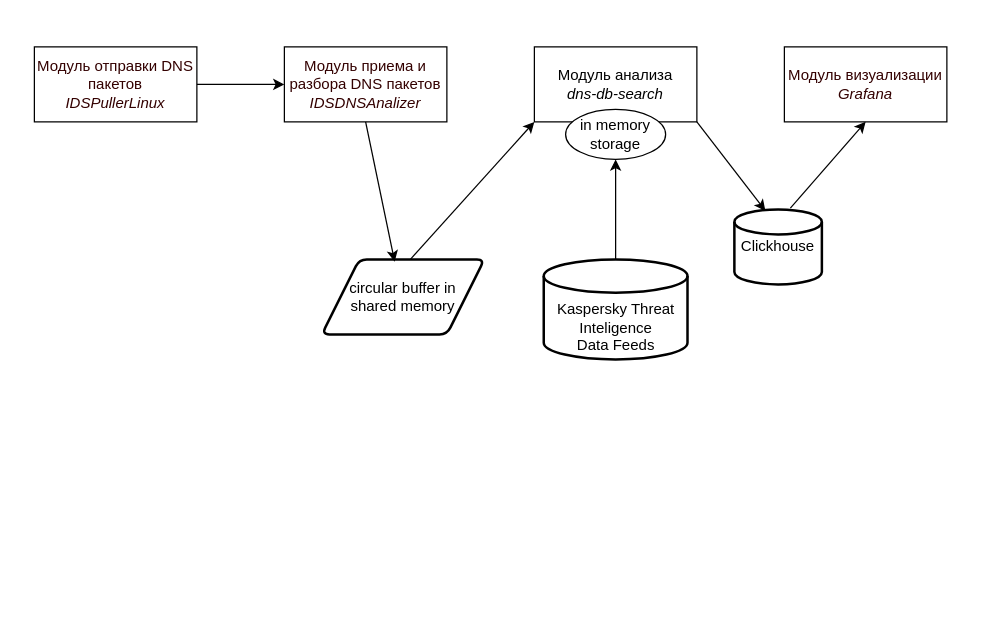
This is shemaDNS.drawio from ObeWan99/SkillBoxCplus, a draw.io file, before an edit. Source tidied: cells renumbered, new cells numbered last; positions are measured from the earlier drawing's top-left corner, leaving out a move shared by most shapes. Both pictures are drawn from the tidied source at 125%, with x=0, y=0 at pixel (34, 46).
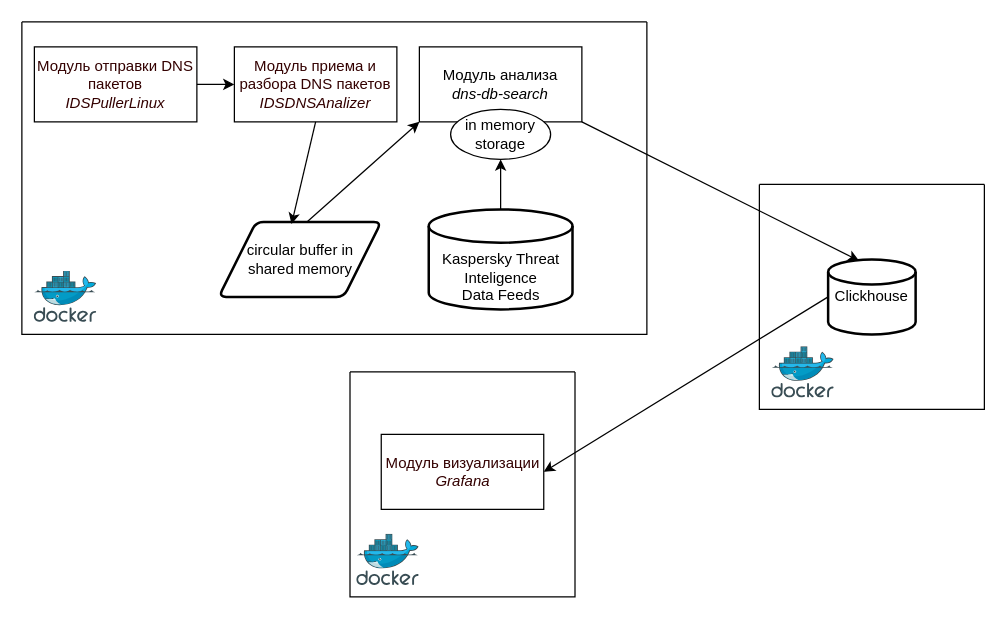
The same page after the edit.

Diff of the diagram source:
```diff
@@
     <mxCell id="3" value="Модуль приема и разбора DNS пакетов&lt;br&gt;&lt;i&gt;IDSDNSAnalizer&lt;/i&gt;" style="rounded=0;whiteSpace=wrap;html=1;strokeColor=#000000;fillColor=#FFFFFF;fontColor=#330000;fontStyle=0;" parent="1" vertex="1">
-      <mxGeometry x="200" width="130" height="60" as="geometry" />
+      <mxGeometry x="160" width="130" height="60" as="geometry" />
     </mxCell>
     <mxCell id="4" value="Модуль анализа&lt;br&gt;&lt;i&gt;dns-db-search&lt;/i&gt;" style="rounded=0;whiteSpace=wrap;html=1;strokeColor=#000000;fillColor=#FFFFFF;fontColor=#000000;fontStyle=0;" parent="1" vertex="1">
-      <mxGeometry x="400" width="130" height="60" as="geometry" />
+      <mxGeometry x="308" width="130" height="60" as="geometry" />
     </mxCell>
     <mxCell id="5" value="in memory&lt;br&gt;storage" style="ellipse;whiteSpace=wrap;html=1;" parent="1" vertex="1">
-      <mxGeometry x="425" y="50" width="80" height="40" as="geometry" />
+      <mxGeometry x="333" y="50" width="80" height="40" as="geometry" />
     </mxCell>
@@
-    <mxCell id="7" value="Clickhouse" style="strokeWidth=2;html=1;shape=mxgraph.flowchart.database;whiteSpace=wrap;" parent="1" vertex="1">
-      <mxGeometry x="560" y="130" width="70" height="60" as="geometry" />
-    </mxCell>
     <mxCell id="8" value="circular buffer in &lt;br&gt;shared memory" style="shape=parallelogram;html=1;strokeWidth=2;perimeter=parallelogramPerimeter;whiteSpace=wrap;rounded=1;arcSize=12;size=0.23;" parent="1" vertex="1">
-      <mxGeometry x="230" y="170" width="130" height="60" as="geometry" />
+      <mxGeometry x="147.5" y="140" width="130" height="60" as="geometry" />
     </mxCell>
@@
     <mxCell id="11" value="&lt;br&gt;&lt;br&gt;Kaspersky Threat Inteligence&lt;br&gt;Data Feeds" style="strokeWidth=2;html=1;shape=mxgraph.flowchart.database;whiteSpace=wrap;" parent="1" vertex="1">
-      <mxGeometry x="407.5" y="170" width="115" height="80" as="geometry" />
+      <mxGeometry x="315.5" y="130" width="115" height="80" as="geometry" />
     </mxCell>
@@
     <mxCell id="14" value="Модуль визуализации&lt;br&gt;&lt;i&gt;Grafana&lt;/i&gt;" style="rounded=0;whiteSpace=wrap;html=1;strokeColor=#000000;fillColor=#FFFFFF;fontColor=#330000;fontStyle=0;" parent="1" vertex="1">
-      <mxGeometry x="600" width="130" height="60" as="geometry" />
+      <mxGeometry x="277.5" y="310" width="130" height="60" as="geometry" />
     </mxCell>
-    <mxCell id="15" style="endArrow=classic;html=1;rounded=0;exitX=0.64;exitY=-0.016;exitDx=0;exitDy=0;exitPerimeter=0;entryX=0.5;entryY=1;entryDx=0;entryDy=0;" parent="1" edge="1" source="7" target="14">
+    <mxCell id="15" style="endArrow=classic;html=1;rounded=0;exitX=0;exitY=0.5;exitDx=0;exitDy=0;exitPerimeter=0;entryX=1;entryY=0.5;entryDx=0;entryDy=0;" parent="1" edge="1" source="7" target="14">
       <mxGeometry relative="1" as="geometry" />
     </mxCell>
+    <mxCell id="16" style="swimlane;startSize=0;" parent="1" vertex="1">
+      <mxGeometry x="-10" y="-20" width="500" height="250" as="geometry" />
+    </mxCell>
+    <mxCell id="17" style="image;sketch=0;html=1;align=center;fontSize=12;image=img/lib/mscae/Docker.svg;" parent="16" vertex="1">
+      <mxGeometry x="10" y="199.5" width="50" height="41" as="geometry" />
+    </mxCell>
+    <mxCell id="18" style="swimlane;startSize=0;" parent="1" vertex="1">
+      <mxGeometry x="580" y="110" width="180" height="180" as="geometry" />
+    </mxCell>
+    <mxCell id="19" style="image;sketch=0;html=1;align=center;fontSize=12;image=img/lib/mscae/Docker.svg;" parent="18" vertex="1">
+      <mxGeometry x="10" y="130" width="50" height="41" as="geometry" />
+    </mxCell>
+    <mxCell id="7" value="Clickhouse" style="strokeWidth=2;html=1;shape=mxgraph.flowchart.database;whiteSpace=wrap;" parent="18" vertex="1">
+      <mxGeometry x="55" y="60" width="70" height="60" as="geometry" />
+    </mxCell>
+    <mxCell id="20" style="swimlane;startSize=0;" parent="1" vertex="1">
+      <mxGeometry x="252.5" y="260" width="180" height="180" as="geometry" />
+    </mxCell>
+    <mxCell id="21" style="image;sketch=0;html=1;align=center;fontSize=12;image=img/lib/mscae/Docker.svg;" parent="20" vertex="1">
+      <mxGeometry x="5.5" y="130" width="50" height="41" as="geometry" />
+    </mxCell>
```
